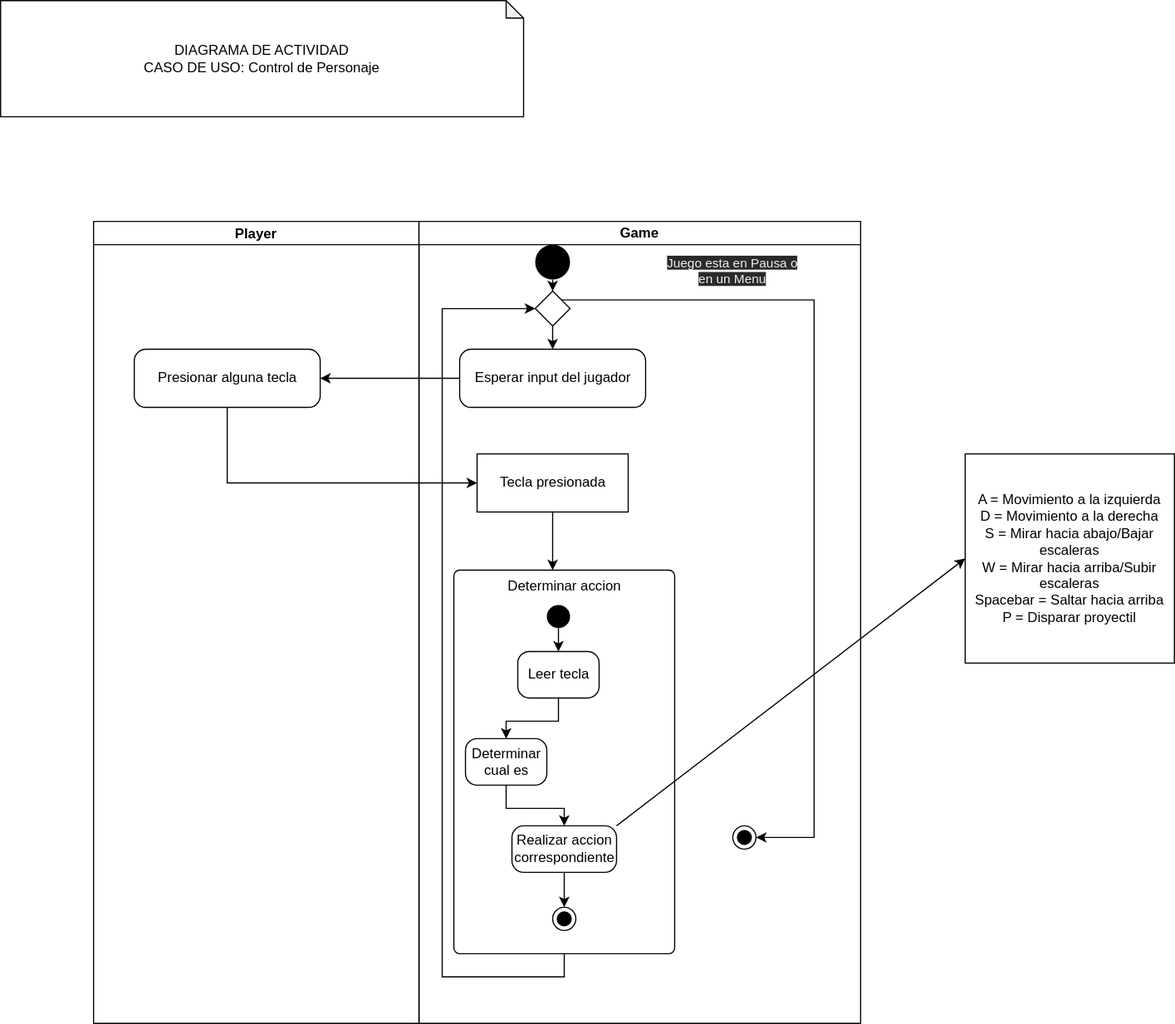
Before: diagrams/Activity Diagrams/da_charControl.drawio.svg, a diagram exported from draw.io (BloqueSoftwareDev/srsdoc). Source tidied: cells renumbered, new cells last; positions are measured from the earlier drawing's top-left corner, leaving out a move shared by most shapes.
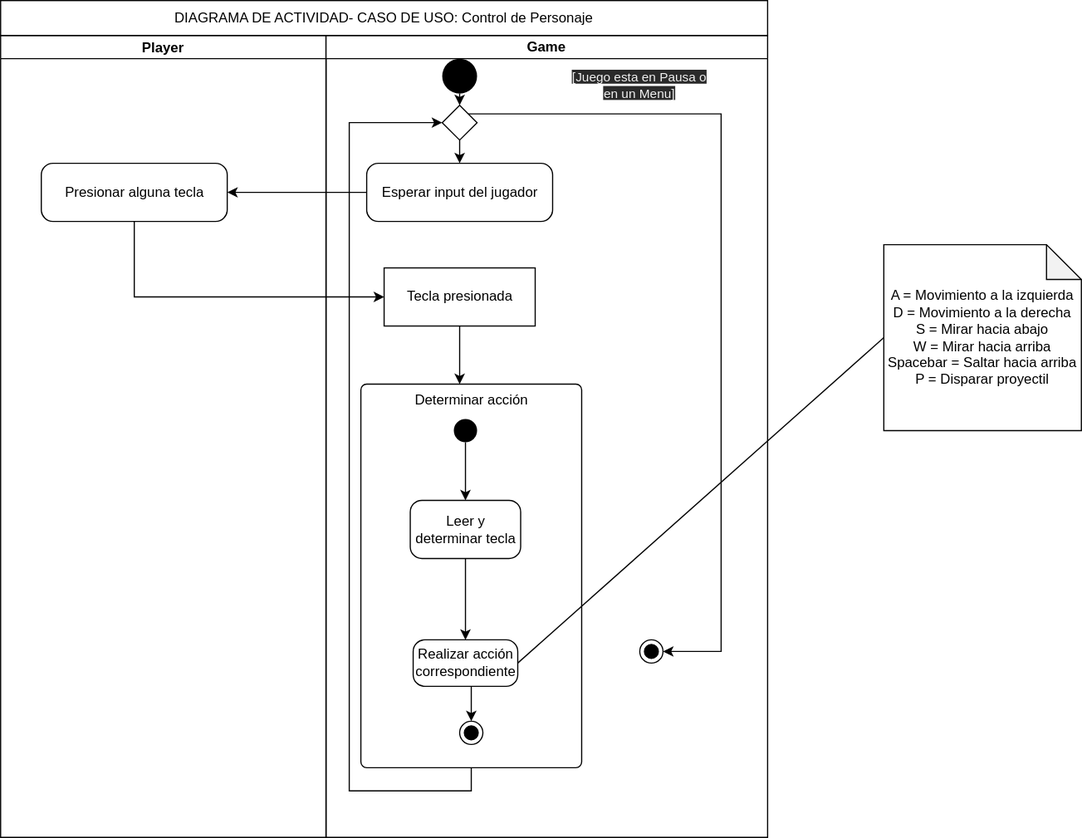
The same file after the commit.

What changed in the source:
```diff
@@ -2,9 +2,6 @@
   <root>
     <mxCell id="0" />
     <mxCell id="1" parent="0" />
-    <mxCell id="2" value="DIAGRAMA DE ACTIVIDAD&lt;br&gt;CASO DE USO: Control de Personaje" style="shape=note;whiteSpace=wrap;html=1;backgroundOutline=1;darkOpacity=0.05;size=15;" parent="1" vertex="1">
-      <mxGeometry width="450" height="100" as="geometry" />
-    </mxCell>
     <mxCell id="3" value="Player" style="swimlane;startSize=20;" parent="1" vertex="1">
       <mxGeometry x="80" y="190" width="280" height="690" as="geometry" />
     </mxCell>
@@ -50,7 +47,7 @@
         </Array>
       </mxGeometry>
     </mxCell>
-    <mxCell id="15" value="&lt;span style=&quot;color: rgb(240 , 240 , 240) ; font-family: &amp;#34;helvetica&amp;#34; ; font-size: 11px ; font-style: normal ; font-weight: 400 ; letter-spacing: normal ; text-align: center ; text-indent: 0px ; text-transform: none ; word-spacing: 0px ; background-color: rgb(42 , 42 , 42) ; display: inline ; float: none&quot;&gt;Juego esta en Pausa o en un Menu&lt;br&gt;&lt;br&gt;&lt;/span&gt;" style="text;html=1;strokeColor=none;fillColor=none;align=center;verticalAlign=middle;whiteSpace=wrap;rounded=0;" parent="5" vertex="1">
+    <mxCell id="15" value="&lt;span style=&quot;color: rgb(240 , 240 , 240) ; font-family: &amp;#34;helvetica&amp;#34; ; font-size: 11px ; font-style: normal ; font-weight: 400 ; letter-spacing: normal ; text-align: center ; text-indent: 0px ; text-transform: none ; word-spacing: 0px ; background-color: rgb(42 , 42 , 42) ; display: inline ; float: none&quot;&gt;[Juego esta en Pausa o en un Menu]&lt;br&gt;&lt;br&gt;&lt;/span&gt;" style="text;html=1;strokeColor=none;fillColor=none;align=center;verticalAlign=middle;whiteSpace=wrap;rounded=0;" parent="5" vertex="1">
       <mxGeometry x="210" y="40" width="120" height="20" as="geometry" />
     </mxCell>
     <mxCell id="16" style="edgeStyle=orthogonalEdgeStyle;rounded=0;jettySize=auto;html=1;exitX=0.5;exitY=1;exitDx=0;exitDy=0;entryX=0;entryY=0.5;entryDx=0;entryDy=0;" parent="5" edge="1" source="17" target="13">
@@ -62,7 +59,7 @@
         </Array>
       </mxGeometry>
     </mxCell>
-    <mxCell id="17" value="Determinar accion" style="html=1;align=center;verticalAlign=top;rounded=1;absoluteArcSize=1;arcSize=10;dashed=0;" parent="5" vertex="1">
+    <mxCell id="17" value="Determinar acción" style="html=1;align=center;verticalAlign=top;rounded=1;absoluteArcSize=1;arcSize=10;dashed=0;" parent="5" vertex="1">
       <mxGeometry x="30" y="300" width="190" height="330" as="geometry" />
     </mxCell>
     <mxCell id="18" style="edgeStyle=orthogonalEdgeStyle;rounded=0;jettySize=auto;html=1;exitX=0.5;exitY=1;exitDx=0;exitDy=0;entryX=0.5;entryY=0;entryDx=0;entryDy=0;" parent="5" edge="1" source="19" target="21">
@@ -71,23 +68,17 @@
     <mxCell id="19" style="ellipse;fillColor=#000000;strokeColor=none;" parent="5" vertex="1">
       <mxGeometry x="110" y="330" width="20" height="20" as="geometry" />
     </mxCell>
-    <mxCell id="20" style="edgeStyle=orthogonalEdgeStyle;rounded=0;jettySize=auto;html=1;exitX=0.5;exitY=1;exitDx=0;exitDy=0;entryX=0.5;entryY=0;entryDx=0;entryDy=0;" parent="5" edge="1" source="21" target="23">
-      <mxGeometry relative="1" as="geometry" />
-    </mxCell>
+    <mxCell id="32" style="edgeStyle=orthogonalEdgeStyle;rounded=0;jettySize=auto;html=1;exitX=0.5;exitY=1;exitDx=0;exitDy=0;entryX=0.5;entryY=0;entryDx=0;entryDy=0;" parent="5" edge="1" source="21" target="25">
+      <mxGeometry relative="1" as="geometry" />
+    </mxCell>
-    <mxCell id="21" value="Leer tecla" style="html=1;dashed=0;rounded=1;absoluteArcSize=1;arcSize=20;verticalAlign=middle;align=center;" parent="5" vertex="1">
-      <mxGeometry x="85" y="370" width="70" height="40" as="geometry" />
+    <mxCell id="21" value="Leer y&lt;br&gt;determinar tecla" style="html=1;dashed=0;rounded=1;absoluteArcSize=1;arcSize=20;verticalAlign=middle;align=center;" parent="5" vertex="1">
+      <mxGeometry x="72.5" y="400" width="95" height="50" as="geometry" />
     </mxCell>
-    <mxCell id="22" style="edgeStyle=orthogonalEdgeStyle;rounded=0;jettySize=auto;html=1;exitX=0.5;exitY=1;exitDx=0;exitDy=0;entryX=0.5;entryY=0;entryDx=0;entryDy=0;" parent="5" edge="1" source="23" target="25">
-      <mxGeometry relative="1" as="geometry" />
-    </mxCell>
-    <mxCell id="23" value="Determinar&lt;br&gt;cual es" style="html=1;dashed=0;rounded=1;absoluteArcSize=1;arcSize=20;verticalAlign=middle;align=center;" parent="5" vertex="1">
-      <mxGeometry x="40" y="445" width="70" height="40" as="geometry" />
-    </mxCell>
     <mxCell id="24" style="edgeStyle=orthogonalEdgeStyle;rounded=0;jettySize=auto;html=1;exitX=0.5;exitY=1;exitDx=0;exitDy=0;entryX=0.5;entryY=0;entryDx=0;entryDy=0;" parent="5" edge="1" source="25" target="26">
       <mxGeometry relative="1" as="geometry" />
     </mxCell>
-    <mxCell id="25" value="Realizar accion&lt;br&gt;correspondiente" style="html=1;dashed=0;rounded=1;absoluteArcSize=1;arcSize=20;verticalAlign=middle;align=center;" parent="5" vertex="1">
-      <mxGeometry x="80" y="520" width="90" height="40" as="geometry" />
+    <mxCell id="25" value="Realizar acción&lt;br&gt;correspondiente" style="html=1;dashed=0;rounded=1;absoluteArcSize=1;arcSize=20;verticalAlign=middle;align=center;" parent="5" vertex="1">
+      <mxGeometry x="75" y="520" width="90" height="40" as="geometry" />
     </mxCell>
     <mxCell id="26" style="ellipse;html=1;shape=endState;fillColor=#000000;strokeColor=#000000;" parent="5" vertex="1">
       <mxGeometry x="115" y="590" width="20" height="20" as="geometry" />
@@ -104,11 +95,14 @@
         <mxPoint x="460" y="505" as="targetPoint" />
       </mxGeometry>
     </mxCell>
-    <mxCell id="30" value="A = Movimiento a la izquierda&lt;br&gt;D = Movimiento a la derecha&lt;br&gt;S = Mirar hacia abajo/Bajar escaleras&lt;br&gt;W = Mirar hacia arriba/Subir escaleras&lt;br&gt;Spacebar = Saltar hacia arriba&lt;br&gt;P = Disparar proyectil" style="whiteSpace=wrap;html=1;" parent="1" vertex="1">
-      <mxGeometry x="830" y="390" width="180" height="180" as="geometry" />
-    </mxCell>
-    <mxCell id="31" style="endArrow=classic;html=1;exitX=1;exitY=0;exitDx=0;exitDy=0;entryX=0;entryY=0.5;entryDx=0;entryDy=0;" parent="1" edge="1" source="25" target="30">
-      <mxGeometry relative="1" as="geometry" />
-    </mxCell>
+    <mxCell id="33" style="endArrow=none;html=1;exitX=1;exitY=0.5;exitDx=0;exitDy=0;entryX=0;entryY=0.5;entryDx=0;entryDy=0;entryPerimeter=0;" parent="1" edge="1" source="25" target="34">
+      <mxGeometry relative="1" as="geometry" />
+    </mxCell>
+    <mxCell id="34" value="&lt;span&gt;A = Movimiento a la izquierda&lt;/span&gt;&lt;br&gt;&lt;span&gt;D = Movimiento a la derecha&lt;/span&gt;&lt;br&gt;&lt;span&gt;S = Mirar hacia abajo&lt;/span&gt;&lt;br&gt;&lt;span&gt;W = Mirar hacia arriba&lt;/span&gt;&lt;br&gt;&lt;span&gt;Spacebar = Saltar hacia arriba&lt;/span&gt;&lt;br&gt;&lt;span&gt;P = Disparar proyectil&lt;/span&gt;" style="shape=note;whiteSpace=wrap;html=1;backgroundOutline=1;darkOpacity=0.05;" parent="1" vertex="1">
+      <mxGeometry x="840" y="370" width="170" height="160" as="geometry" />
+    </mxCell>
+    <mxCell id="35" value="&lt;span&gt;DIAGRAMA DE ACTIVIDAD-&lt;/span&gt;CASO DE USO: Control de Personaje" style="rounded=0;whiteSpace=wrap;html=1;" parent="1" vertex="1">
+      <mxGeometry x="80" y="160" width="660" height="30" as="geometry" />
+    </mxCell>
   </root>
 </mxGraphModel>
```
